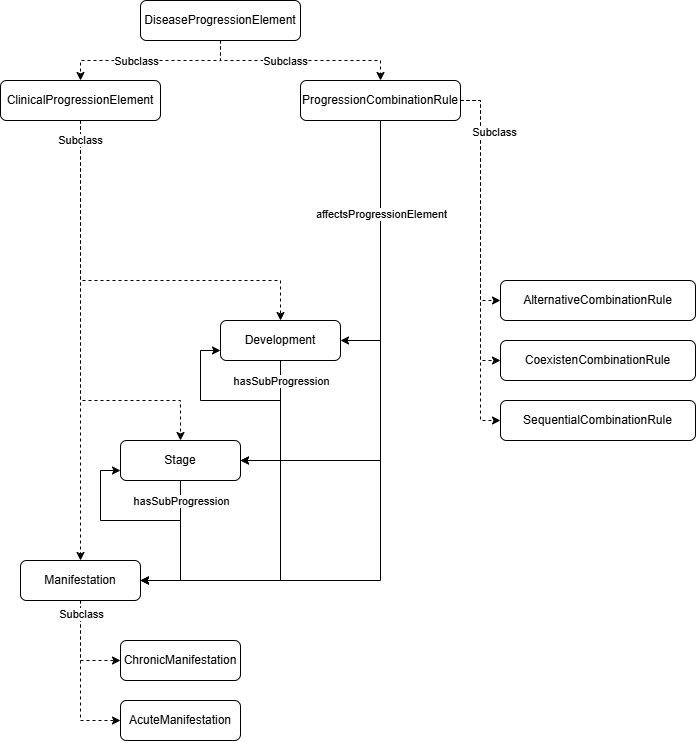
Above: docs-src/img/osdi_disease_progression.png in ontologies-ULL/OSDi (draw.io), before the change. Source tidied: cells renumbered, new cells last; positions are measured from the earlier drawing's top-left corner, leaving out a move shared by most shapes.
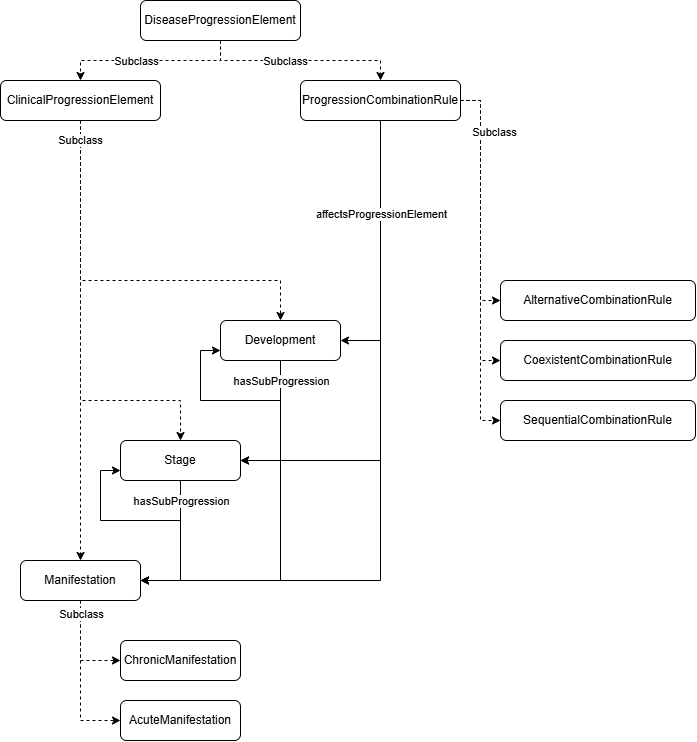
After the change.

Commit message:
Update the tutorial figures to OSDi 1.3

What changed in the source:
```diff
@@ -42,7 +42,7 @@
     <mxCell id="13" value="AlternativeCombinationRule" style="rounded=1;whiteSpace=wrap;html=1;" parent="1" vertex="1">
       <mxGeometry x="500" y="280" width="195" height="40" as="geometry" />
     </mxCell>
-    <mxCell id="14" value="CoexistenCombinationRule" style="rounded=1;whiteSpace=wrap;html=1;" parent="1" vertex="1">
+    <mxCell id="14" value="CoexistentCombinationRule" style="rounded=1;whiteSpace=wrap;html=1;" parent="1" vertex="1">
       <mxGeometry x="500" y="340" width="195" height="40" as="geometry" />
     </mxCell>
     <mxCell id="15" value="SequentialCombinationRule" style="rounded=1;whiteSpace=wrap;html=1;" parent="1" vertex="1">
```
